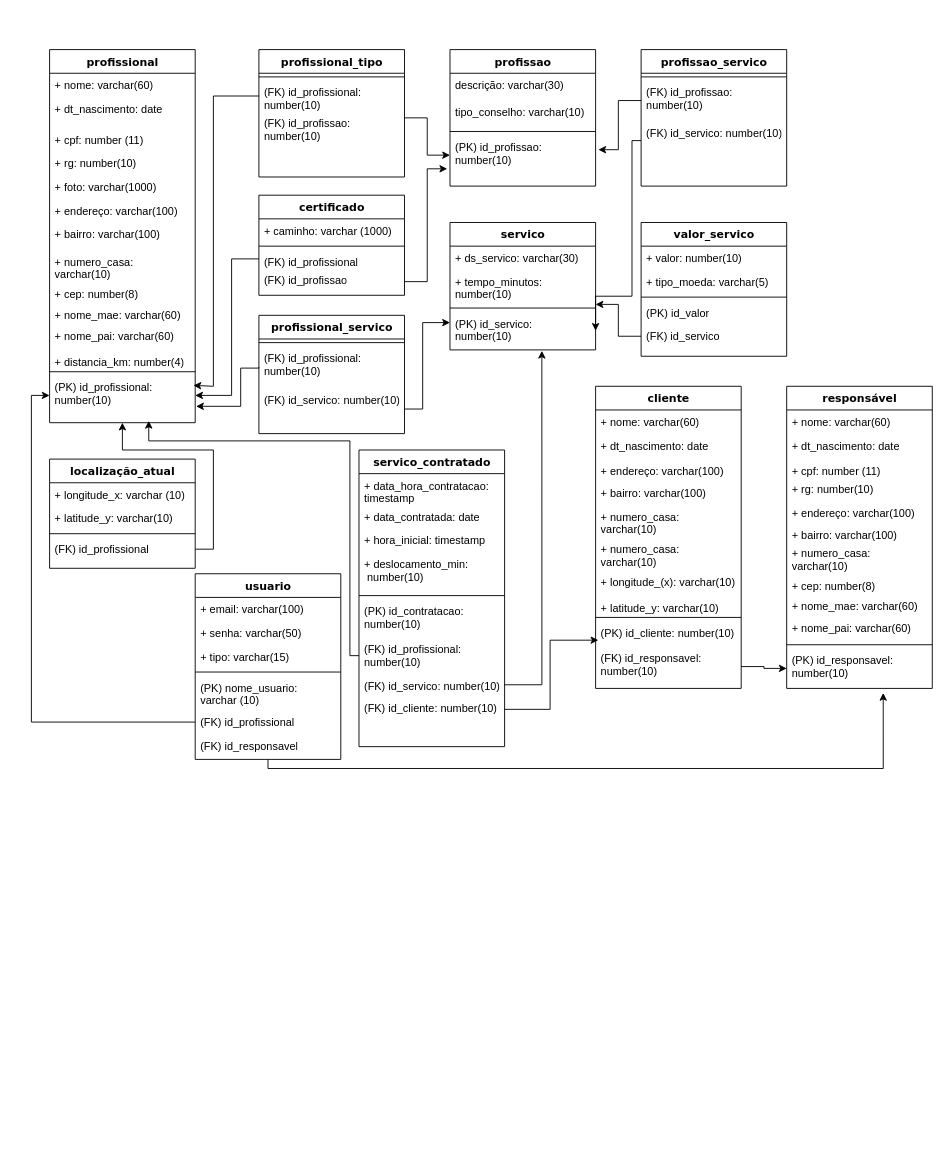
Before: ProjetoBD.drawio in merycd/flavio, a draw.io diagram. Source tidied: cells renumbered, new cells numbered last; positions are measured from the earlier drawing's top-left corner, leaving out a move shared by most shapes. Both pictures are drawn from the tidied source at 91%, with x=0, y=0 at pixel (49, 49).
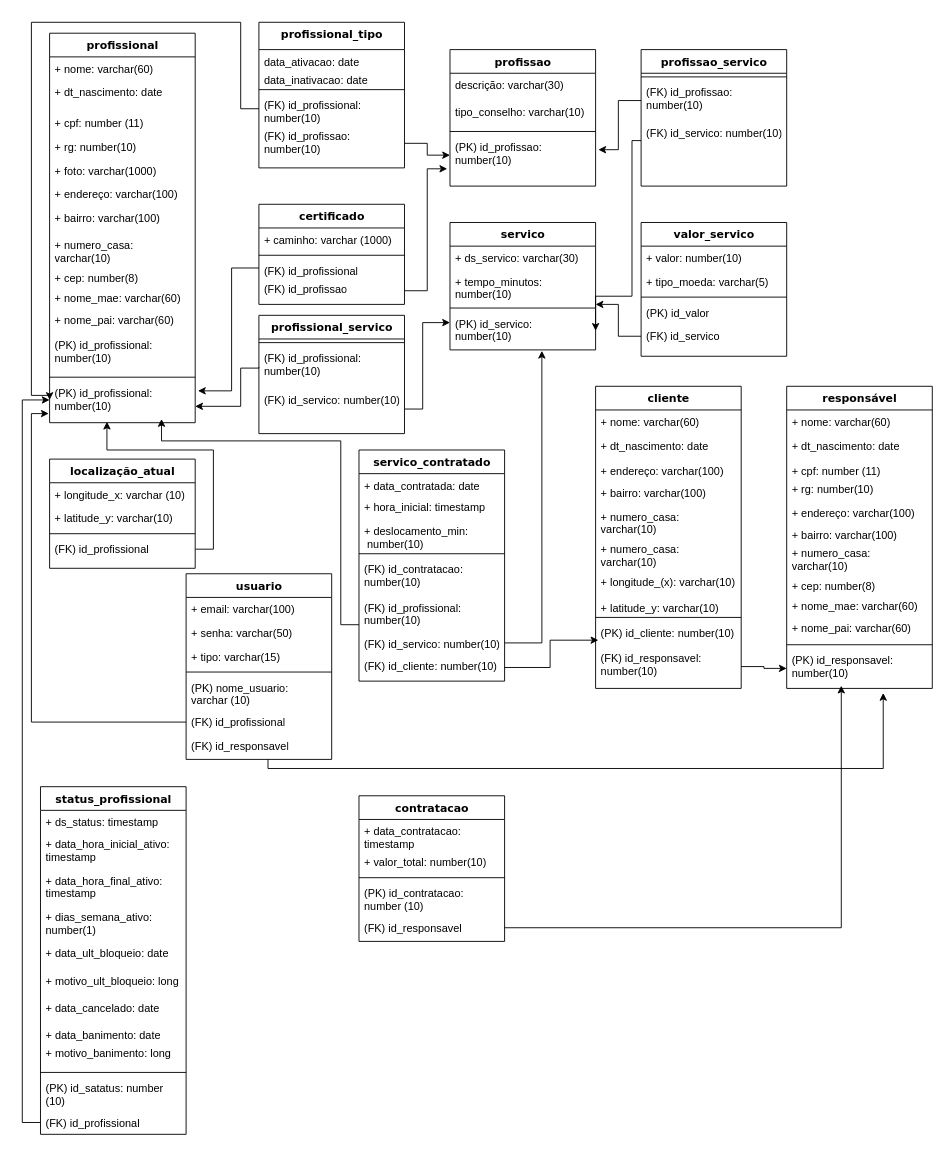
Above is the later version.

The change refers to these unchanged cells:
```xml
<mxCell id="36" value="(FK) id_profissional" style="text;html=1;strokeColor=none;fillColor=none;align=left;verticalAlign=top;spacingLeft=4;spacingRight=4;whiteSpace=wrap;overflow=hidden;points=[[0,0.5],[1,0.5]];portConstraint=eastwest;" parent="32" vertex="1">
  <mxGeometry y="86" width="160" height="26" as="geometry" />
</mxCell>
<mxCell id="49" value="(FK) id_profissional: number(10)" style="text;html=1;strokeColor=none;fillColor=none;align=left;verticalAlign=top;spacingLeft=4;spacingRight=4;whiteSpace=wrap;overflow=hidden;points=[[0,0.5],[1,0.5]];portConstraint=eastwest;" parent="47" vertex="1">
  <mxGeometry y="34" width="160" height="46" as="geometry" />
</mxCell>
<mxCell id="92" value="(PK) id_responsavel: number(10)" style="text;html=1;strokeColor=none;fillColor=none;align=left;verticalAlign=top;spacingLeft=4;spacingRight=4;whiteSpace=wrap;overflow=hidden;points=[[0,0.5],[1,0.5]];portConstraint=eastwest;" parent="80" vertex="1">
  <mxGeometry y="288" width="160" height="44" as="geometry" />
</mxCell>
<mxCell id="97" value="(FK) id_profissional" style="text;html=1;strokeColor=none;fillColor=none;align=left;verticalAlign=top;spacingLeft=4;spacingRight=4;whiteSpace=wrap;overflow=hidden;points=[[0,0.5],[1,0.5]];portConstraint=eastwest;" parent="94" vertex="1">
  <mxGeometry y="60" width="160" height="20" as="geometry" />
</mxCell>
<mxCell id="110" value="(FK) id_profissional" style="text;html=1;strokeColor=none;fillColor=none;align=left;verticalAlign=top;spacingLeft=4;spacingRight=4;whiteSpace=wrap;overflow=hidden;points=[[0,0.5],[1,0.5]];portConstraint=eastwest;" parent="104" vertex="1">
  <mxGeometry y="150" width="160" height="26" as="geometry" />
</mxCell>
```

The edit, as a diff of the source:
```diff
@@
     <mxCell id="2" value="profissional" style="swimlane;html=1;fontStyle=1;align=center;verticalAlign=top;horizontal=1;startSize=26;swimlaneFillColor=#ffffff;rounded=0;shadow=0;comic=0;labelBackgroundColor=none;strokeWidth=1;fillColor=none;fontFamily=Verdana;fontSize=12;" parent="1" vertex="1">
-      <mxGeometry width="160" height="410" as="geometry" />
+      <mxGeometry y="-18" width="160" height="428" as="geometry" />
     </mxCell>
@@
-    <mxCell id="14" value="+ distancia_km: number(4)" style="text;html=1;strokeColor=none;fillColor=none;align=left;verticalAlign=top;spacingLeft=4;spacingRight=4;whiteSpace=wrap;overflow=hidden;" parent="2" vertex="1">
-      <mxGeometry y="330" width="160" height="20" as="geometry" />
-    </mxCell>
+    <mxCell id="114" value="(PK) id_profissional: number(10)" style="text;html=1;strokeColor=none;fillColor=none;align=left;verticalAlign=top;spacingLeft=4;spacingRight=4;whiteSpace=wrap;overflow=hidden;" parent="2" vertex="1">
+      <mxGeometry y="330" width="160" height="44" as="geometry" />
+    </mxCell>
     <mxCell id="15" style="line;html=1;strokeWidth=1;fillColor=none;align=left;verticalAlign=middle;spacingTop=-1;spacingLeft=3;spacingRight=3;labelPosition=right;" parent="2" vertex="1">
-      <mxGeometry y="350" width="160" height="8" as="geometry" />
+      <mxGeometry y="374" width="160" height="8" as="geometry" />
     </mxCell>
     <mxCell id="16" value="(PK) id_profissional: number(10)" style="text;html=1;strokeColor=none;fillColor=none;align=left;verticalAlign=top;spacingLeft=4;spacingRight=4;whiteSpace=wrap;overflow=hidden;points=[[0,0.5],[1,0.5]];portConstraint=eastwest;" parent="2" vertex="1">
-      <mxGeometry y="358" width="160" height="44" as="geometry" />
+      <mxGeometry y="382" width="160" height="42" as="geometry" />
     </mxCell>
@@
-    <mxCell id="27" value="profissional_tipo" style="swimlane;html=1;fontStyle=1;align=center;verticalAlign=top;horizontal=1;startSize=26;swimlaneFillColor=#ffffff;rounded=0;shadow=0;comic=0;labelBackgroundColor=none;strokeWidth=1;fillColor=none;fontFamily=Verdana;fontSize=12;" parent="1" vertex="1">
-      <mxGeometry x="230" width="160" height="140" as="geometry" />
+    <mxCell id="27" value="profissional_tipo" style="swimlane;html=1;fontStyle=1;align=center;verticalAlign=top;horizontal=1;startSize=30;swimlaneFillColor=#ffffff;rounded=0;shadow=0;comic=0;labelBackgroundColor=none;strokeWidth=1;fillColor=none;fontFamily=Verdana;fontSize=12;" parent="1" vertex="1">
+      <mxGeometry x="230" y="-30" width="160" height="160" as="geometry" />
     </mxCell>
+    <mxCell id="115" value="data_ativacao: date" style="text;html=1;strokeColor=none;fillColor=none;align=left;verticalAlign=top;spacingLeft=4;spacingRight=4;whiteSpace=wrap;overflow=hidden;" parent="27" vertex="1">
+      <mxGeometry y="30" width="160" height="20" as="geometry" />
+    </mxCell>
+    <mxCell id="116" value="data_inativacao: date" style="text;html=1;strokeColor=none;fillColor=none;align=left;verticalAlign=top;spacingLeft=4;spacingRight=4;whiteSpace=wrap;overflow=hidden;" parent="27" vertex="1">
+      <mxGeometry y="50" width="160" height="20" as="geometry" />
+    </mxCell>
     <mxCell id="28" style="line;html=1;strokeWidth=1;fillColor=none;align=left;verticalAlign=middle;spacingTop=-1;spacingLeft=3;spacingRight=3;labelPosition=right;" parent="27" vertex="1">
-      <mxGeometry y="26" width="160" height="8" as="geometry" />
+      <mxGeometry y="70" width="160" height="8" as="geometry" />
     </mxCell>
     <mxCell id="29" value="(FK) id_profissional: number(10)" style="text;html=1;strokeColor=none;fillColor=none;align=left;verticalAlign=top;spacingLeft=4;spacingRight=4;whiteSpace=wrap;overflow=hidden;points=[[0,0.5],[1,0.5]];portConstraint=eastwest;" parent="27" vertex="1">
-      <mxGeometry y="34" width="160" height="34" as="geometry" />
+      <mxGeometry y="78" width="160" height="34" as="geometry" />
     </mxCell>
     <mxCell id="30" value="(FK) id_profissao: number(10)" style="text;strokeColor=none;align=left;fillColor=none;html=1;verticalAlign=top;whiteSpace=wrap;rounded=0;spacingLeft=4;" parent="27" vertex="1">
-      <mxGeometry y="68" width="160" height="14" as="geometry" />
+      <mxGeometry y="112" width="160" height="42" as="geometry" />
     </mxCell>
-    <mxCell id="31" style="edgeStyle=orthogonalEdgeStyle;rounded=0;jettySize=auto;html=1;entryX=0.5;entryY=1;entryDx=0;entryDy=0;exitX=1;exitY=0.5;exitDx=0;exitDy=0;" parent="1" edge="1" source="36" target="2">
+    <mxCell id="31" style="edgeStyle=orthogonalEdgeStyle;rounded=0;jettySize=auto;html=1;entryX=0.394;entryY=1.071;entryDx=0;entryDy=0;exitX=1;exitY=0.5;exitDx=0;exitDy=0;entryPerimeter=0;" parent="1" edge="1" source="36" target="16">
       <mxGeometry relative="1" as="geometry">
         <Array as="points">
           <mxPoint x="180" y="549" />
           <mxPoint x="180" y="440" />
-          <mxPoint x="80" y="440" />
+          <mxPoint x="63" y="440" />
         </Array>
       </mxGeometry>
     </mxCell>
@@
     <mxCell id="37" value="servico_contratado" style="swimlane;html=1;fontStyle=1;align=center;verticalAlign=top;horizontal=1;startSize=26;swimlaneFillColor=#ffffff;rounded=0;shadow=0;comic=0;labelBackgroundColor=none;strokeWidth=1;fillColor=none;fontFamily=Verdana;fontSize=12;" parent="1" vertex="1">
-      <mxGeometry x="340" y="440" width="160" height="326" as="geometry" />
+      <mxGeometry x="340" y="440" width="160" height="254" as="geometry" />
     </mxCell>
-    <mxCell id="38" value="+ data_hora_contratacao: timestamp" style="text;html=1;strokeColor=none;fillColor=none;align=left;verticalAlign=top;spacingLeft=4;spacingRight=4;whiteSpace=wrap;overflow=hidden;" parent="37" vertex="1">
-      <mxGeometry y="26" width="160" height="34" as="geometry" />
-    </mxCell>
     <mxCell id="39" value="+ data_contratada: date" style="text;html=1;strokeColor=none;fillColor=none;align=left;verticalAlign=top;spacingLeft=4;spacingRight=4;whiteSpace=wrap;overflow=hidden;" parent="37" vertex="1">
-      <mxGeometry y="60" width="160" height="26" as="geometry" />
+      <mxGeometry y="26" width="160" height="24" as="geometry" />
     </mxCell>
     <mxCell id="40" value="+ hora_inicial: timestamp" style="text;html=1;strokeColor=none;fillColor=none;align=left;verticalAlign=top;spacingLeft=4;spacingRight=4;whiteSpace=wrap;overflow=hidden;" parent="37" vertex="1">
-      <mxGeometry y="86" width="160" height="26" as="geometry" />
+      <mxGeometry y="50" width="160" height="26" as="geometry" />
     </mxCell>
     <mxCell id="41" value="+ deslocamento_min: &amp;nbsp;number(10)" style="text;html=1;strokeColor=none;fillColor=none;align=left;verticalAlign=top;spacingLeft=4;spacingRight=4;whiteSpace=wrap;overflow=hidden;" parent="37" vertex="1">
-      <mxGeometry y="112" width="160" height="44" as="geometry" />
+      <mxGeometry y="76" width="160" height="34" as="geometry" />
     </mxCell>
     <mxCell id="42" style="line;html=1;strokeWidth=1;fillColor=none;align=left;verticalAlign=middle;spacingTop=-1;spacingLeft=3;spacingRight=3;labelPosition=right;" parent="37" vertex="1">
-      <mxGeometry y="156" width="160" height="8" as="geometry" />
+      <mxGeometry y="110" width="160" height="8" as="geometry" />
     </mxCell>
-    <mxCell id="43" value="(PK) id_contratacao: number(10)" style="text;html=1;strokeColor=none;fillColor=none;align=left;verticalAlign=top;spacingLeft=4;spacingRight=4;whiteSpace=wrap;overflow=hidden;" parent="37" vertex="1">
-      <mxGeometry y="164" width="160" height="42" as="geometry" />
+    <mxCell id="43" value="(FK) id_contratacao: number(10)" style="text;html=1;strokeColor=none;fillColor=none;align=left;verticalAlign=top;spacingLeft=4;spacingRight=4;whiteSpace=wrap;overflow=hidden;" parent="37" vertex="1">
+      <mxGeometry y="118" width="160" height="42" as="geometry" />
     </mxCell>
     <mxCell id="44" value="(FK) id_profissional: number(10)" style="text;html=1;strokeColor=none;fillColor=none;align=left;verticalAlign=top;spacingLeft=4;spacingRight=4;whiteSpace=wrap;overflow=hidden;points=[[0,0.5],[1,0.5]];portConstraint=eastwest;" parent="37" vertex="1">
-      <mxGeometry y="206" width="160" height="40" as="geometry" />
+      <mxGeometry y="160" width="160" height="40" as="geometry" />
     </mxCell>
     <mxCell id="45" value="(FK) id_servico: number(10)" style="text;html=1;strokeColor=none;fillColor=none;align=left;verticalAlign=top;spacingLeft=4;spacingRight=4;whiteSpace=wrap;overflow=hidden;points=[[0,0.5],[1,0.5]];portConstraint=eastwest;" parent="37" vertex="1">
-      <mxGeometry y="246" width="160" height="24" as="geometry" />
+      <mxGeometry y="200" width="160" height="24" as="geometry" />
     </mxCell>
     <mxCell id="46" value="(FK) id_cliente: number(10)" style="text;html=1;strokeColor=none;fillColor=none;align=left;verticalAlign=top;spacingLeft=4;spacingRight=4;whiteSpace=wrap;overflow=hidden;points=[[0,0.5],[1,0.5]];portConstraint=eastwest;" parent="37" vertex="1">
-      <mxGeometry y="270" width="160" height="30" as="geometry" />
+      <mxGeometry y="224" width="160" height="30" as="geometry" />
     </mxCell>
@@
-    <mxCell id="57" style="edgeStyle=orthogonalEdgeStyle;rounded=0;jettySize=auto;html=1;entryX=0.988;entryY=0.25;entryDx=0;entryDy=0;entryPerimeter=0;" parent="1" edge="1" source="29" target="16">
-      <mxGeometry relative="1" as="geometry">
-        <Array as="points">
-          <mxPoint x="180" y="51" />
-          <mxPoint x="180" y="370" />
-        </Array>
-      </mxGeometry>
-    </mxCell>
@@
-    <mxCell id="59" style="edgeStyle=orthogonalEdgeStyle;rounded=0;jettySize=auto;html=1;entryX=1.006;entryY=0.773;entryDx=0;entryDy=0;exitX=0;exitY=0.5;exitDx=0;exitDy=0;entryPerimeter=0;" parent="1" edge="1" source="49" target="16">
+    <mxCell id="59" style="edgeStyle=orthogonalEdgeStyle;rounded=0;jettySize=auto;html=1;exitX=0;exitY=0.5;exitDx=0;exitDy=0;entryX=1;entryY=0.667;entryDx=0;entryDy=0;entryPerimeter=0;" parent="1" edge="1" source="49" target="16">
       <mxGeometry relative="1" as="geometry">
         <Array as="points">
           <mxPoint x="230" y="350" />
           <mxPoint x="210" y="350" />
           <mxPoint x="210" y="392" />
         </Array>
       </mxGeometry>
     </mxCell>
@@
     <mxCell id="94" value="certificado" style="swimlane;html=1;fontStyle=1;align=center;verticalAlign=top;horizontal=1;startSize=26;swimlaneFillColor=#ffffff;rounded=0;shadow=0;comic=0;labelBackgroundColor=none;strokeWidth=1;fillColor=none;fontFamily=Verdana;fontSize=12;" parent="1" vertex="1">
-      <mxGeometry x="230" y="160" width="160" height="110" as="geometry" />
+      <mxGeometry x="230" y="170" width="160" height="110" as="geometry" />
     </mxCell>
@@
-    <mxCell id="99" style="edgeStyle=orthogonalEdgeStyle;rounded=0;jettySize=auto;html=1;exitX=0;exitY=0.5;exitDx=0;exitDy=0;entryX=1;entryY=0.5;entryDx=0;entryDy=0;" parent="1" edge="1" source="97" target="16">
+    <mxCell id="99" style="edgeStyle=orthogonalEdgeStyle;rounded=0;jettySize=auto;html=1;exitX=0;exitY=0.5;exitDx=0;exitDy=0;entryX=1.019;entryY=0.262;entryDx=0;entryDy=0;entryPerimeter=0;" parent="1" edge="1" source="97" target="16">
       <mxGeometry relative="1" as="geometry">
         <Array as="points">
-          <mxPoint x="200" y="230" />
-          <mxPoint x="200" y="380" />
+          <mxPoint x="200" y="240" />
+          <mxPoint x="200" y="375" />
         </Array>
       </mxGeometry>
     </mxCell>
@@
-    <mxCell id="101" style="edgeStyle=orthogonalEdgeStyle;rounded=0;jettySize=auto;html=1;entryX=0.681;entryY=1.136;entryDx=0;entryDy=0;entryPerimeter=0;" parent="1" edge="1" source="44" target="16">
-      <mxGeometry relative="1" as="geometry">
-        <Array as="points">
-          <mxPoint x="330" y="666" />
-          <mxPoint x="330" y="430" />
-          <mxPoint x="109" y="430" />
-        </Array>
-      </mxGeometry>
-    </mxCell>
@@
     <mxCell id="104" value="usuario" style="swimlane;html=1;fontStyle=1;align=center;verticalAlign=top;horizontal=1;startSize=26;swimlaneFillColor=#ffffff;rounded=0;shadow=0;comic=0;labelBackgroundColor=none;strokeWidth=1;fillColor=none;fontFamily=Verdana;fontSize=12;" parent="1" vertex="1">
-      <mxGeometry x="160" y="576" width="160" height="204" as="geometry" />
+      <mxGeometry x="150" y="576" width="160" height="204" as="geometry" />
     </mxCell>
@@
-    <mxCell id="112" style="edgeStyle=orthogonalEdgeStyle;rounded=0;jettySize=auto;html=1;entryX=0;entryY=0.5;entryDx=0;entryDy=0;" parent="1" edge="1" source="110" target="16">
+    <mxCell id="112" style="edgeStyle=orthogonalEdgeStyle;rounded=0;jettySize=auto;html=1;entryX=-0.006;entryY=0.857;entryDx=0;entryDy=0;entryPerimeter=0;" parent="1" edge="1" source="110" target="16">
       <mxGeometry relative="1" as="geometry" />
     </mxCell>
@@
+    <mxCell id="57" style="edgeStyle=orthogonalEdgeStyle;rounded=0;jettySize=auto;html=1;entryX=0;entryY=0.5;entryDx=0;entryDy=0;" parent="1" edge="1" source="29" target="16">
+      <mxGeometry relative="1" as="geometry">
+        <Array as="points">
+          <mxPoint x="210" y="65" />
+          <mxPoint x="210" y="-30" />
+          <mxPoint x="-20" y="-30" />
+          <mxPoint x="-20" y="380" />
+          <mxPoint y="380" />
+        </Array>
+      </mxGeometry>
+    </mxCell>
+    <mxCell id="117" value="contratacao" style="swimlane;html=1;fontStyle=1;align=center;verticalAlign=top;horizontal=1;startSize=26;swimlaneFillColor=#ffffff;rounded=0;shadow=0;comic=0;labelBackgroundColor=none;strokeWidth=1;fillColor=none;fontFamily=Verdana;fontSize=12;" parent="1" vertex="1">
+      <mxGeometry x="340" y="820" width="160" height="160" as="geometry" />
+    </mxCell>
+    <mxCell id="118" value="+ data_contratacao: timestamp" style="text;html=1;strokeColor=none;fillColor=none;align=left;verticalAlign=top;spacingLeft=4;spacingRight=4;whiteSpace=wrap;overflow=hidden;" parent="117" vertex="1">
+      <mxGeometry y="26" width="160" height="34" as="geometry" />
+    </mxCell>
+    <mxCell id="119" value="+ valor_total: number(10)" style="text;html=1;strokeColor=none;fillColor=none;align=left;verticalAlign=top;spacingLeft=4;spacingRight=4;whiteSpace=wrap;overflow=hidden;" parent="117" vertex="1">
+      <mxGeometry y="60" width="160" height="26" as="geometry" />
+    </mxCell>
+    <mxCell id="120" style="line;html=1;strokeWidth=1;fillColor=none;align=left;verticalAlign=middle;spacingTop=-1;spacingLeft=3;spacingRight=3;labelPosition=right;" parent="117" vertex="1">
+      <mxGeometry y="86" width="160" height="8" as="geometry" />
+    </mxCell>
+    <mxCell id="121" value="(PK) id_contratacao: number (10)" style="text;html=1;strokeColor=none;fillColor=none;align=left;verticalAlign=top;spacingLeft=4;spacingRight=4;whiteSpace=wrap;overflow=hidden;" parent="117" vertex="1">
+      <mxGeometry y="94" width="160" height="38" as="geometry" />
+    </mxCell>
+    <mxCell id="122" value="(FK) id_responsavel" style="text;html=1;strokeColor=none;fillColor=none;align=left;verticalAlign=top;spacingLeft=4;spacingRight=4;whiteSpace=wrap;overflow=hidden;points=[[0,0.5],[1,0.5]];portConstraint=eastwest;" parent="117" vertex="1">
+      <mxGeometry y="132" width="160" height="26" as="geometry" />
+    </mxCell>
+    <mxCell id="101" style="edgeStyle=orthogonalEdgeStyle;rounded=0;jettySize=auto;html=1;" parent="1" edge="1" source="44" target="16">
+      <mxGeometry relative="1" as="geometry">
+        <Array as="points">
+          <mxPoint x="320" y="632" />
+          <mxPoint x="320" y="430" />
+          <mxPoint x="123" y="430" />
+        </Array>
+      </mxGeometry>
+    </mxCell>
+    <mxCell id="123" style="edgeStyle=orthogonalEdgeStyle;rounded=0;jettySize=auto;html=1;entryX=0.375;entryY=0.932;entryDx=0;entryDy=0;entryPerimeter=0;" parent="1" edge="1" source="122" target="92">
+      <mxGeometry relative="1" as="geometry">
+        <Array as="points">
+          <mxPoint x="870" y="965" />
+        </Array>
+      </mxGeometry>
+    </mxCell>
+    <mxCell id="124" value="status_profissional" style="swimlane;html=1;fontStyle=1;align=center;verticalAlign=top;horizontal=1;startSize=26;swimlaneFillColor=#ffffff;rounded=0;shadow=0;comic=0;labelBackgroundColor=none;strokeWidth=1;fillColor=none;fontFamily=Verdana;fontSize=12;" parent="1" vertex="1">
+      <mxGeometry x="-10" y="810" width="160" height="382" as="geometry" />
+    </mxCell>
+    <mxCell id="125" value="+ ds_status: timestamp" style="text;html=1;strokeColor=none;fillColor=none;align=left;verticalAlign=top;spacingLeft=4;spacingRight=4;whiteSpace=wrap;overflow=hidden;" parent="124" vertex="1">
+      <mxGeometry y="26" width="160" height="24" as="geometry" />
+    </mxCell>
+    <mxCell id="126" value="+ data_hora_inicial_ativo: timestamp" style="text;html=1;strokeColor=none;fillColor=none;align=left;verticalAlign=top;spacingLeft=4;spacingRight=4;whiteSpace=wrap;overflow=hidden;" parent="124" vertex="1">
+      <mxGeometry y="50" width="160" height="40" as="geometry" />
+    </mxCell>
+    <mxCell id="127" value="+ data_hora_final_ativo: timestamp" style="text;html=1;strokeColor=none;fillColor=none;align=left;verticalAlign=top;spacingLeft=4;spacingRight=4;whiteSpace=wrap;overflow=hidden;" parent="124" vertex="1">
+      <mxGeometry y="90" width="160" height="40" as="geometry" />
+    </mxCell>
+    <mxCell id="128" value="+ dias_semana_ativo: number(1)" style="text;html=1;strokeColor=none;fillColor=none;align=left;verticalAlign=top;spacingLeft=4;spacingRight=4;whiteSpace=wrap;overflow=hidden;" parent="124" vertex="1">
+      <mxGeometry y="130" width="160" height="40" as="geometry" />
+    </mxCell>
+    <mxCell id="129" value="+ data_ult_bloqueio: date" style="text;html=1;strokeColor=none;fillColor=none;align=left;verticalAlign=top;spacingLeft=4;spacingRight=4;whiteSpace=wrap;overflow=hidden;" parent="124" vertex="1">
+      <mxGeometry y="170" width="160" height="30" as="geometry" />
+    </mxCell>
+    <mxCell id="130" value="+ motivo_ult_bloqueio: long" style="text;html=1;strokeColor=none;fillColor=none;align=left;verticalAlign=top;spacingLeft=4;spacingRight=4;whiteSpace=wrap;overflow=hidden;" parent="124" vertex="1">
+      <mxGeometry y="200" width="160" height="30" as="geometry" />
+    </mxCell>
+    <mxCell id="131" value="+ data_cancelado: date" style="text;html=1;strokeColor=none;fillColor=none;align=left;verticalAlign=top;spacingLeft=4;spacingRight=4;whiteSpace=wrap;overflow=hidden;" parent="124" vertex="1">
+      <mxGeometry y="230" width="160" height="30" as="geometry" />
+    </mxCell>
+    <mxCell id="132" value="+ data_banimento: date" style="text;html=1;strokeColor=none;fillColor=none;align=left;verticalAlign=top;spacingLeft=4;spacingRight=4;whiteSpace=wrap;overflow=hidden;" parent="124" vertex="1">
+      <mxGeometry y="260" width="160" height="20" as="geometry" />
+    </mxCell>
+    <mxCell id="133" value="+ motivo_banimento: long" style="text;html=1;strokeColor=none;fillColor=none;align=left;verticalAlign=top;spacingLeft=4;spacingRight=4;whiteSpace=wrap;overflow=hidden;" parent="124" vertex="1">
+      <mxGeometry y="280" width="160" height="30" as="geometry" />
+    </mxCell>
+    <mxCell id="134" style="line;html=1;strokeWidth=1;fillColor=none;align=left;verticalAlign=middle;spacingTop=-1;spacingLeft=3;spacingRight=3;labelPosition=right;" parent="124" vertex="1">
+      <mxGeometry y="310" width="160" height="8" as="geometry" />
+    </mxCell>
+    <mxCell id="135" value="(PK) id_satatus: number (10)" style="text;html=1;strokeColor=none;fillColor=none;align=left;verticalAlign=top;spacingLeft=4;spacingRight=4;whiteSpace=wrap;overflow=hidden;" parent="124" vertex="1">
+      <mxGeometry y="318" width="160" height="38" as="geometry" />
+    </mxCell>
+    <mxCell id="136" value="(FK) id_profissional" style="text;html=1;strokeColor=none;fillColor=none;align=left;verticalAlign=top;spacingLeft=4;spacingRight=4;whiteSpace=wrap;overflow=hidden;points=[[0,0.5],[1,0.5]];portConstraint=eastwest;" parent="124" vertex="1">
+      <mxGeometry y="356" width="160" height="26" as="geometry" />
+    </mxCell>
+    <mxCell id="137" style="edgeStyle=orthogonalEdgeStyle;rounded=0;jettySize=auto;html=1;entryX=0;entryY=0.5;entryDx=0;entryDy=0;" parent="1" edge="1" source="136" target="16">
+      <mxGeometry relative="1" as="geometry">
+        <Array as="points">
+          <mxPoint x="-30" y="1179" />
+          <mxPoint x="-30" y="385" />
+        </Array>
+      </mxGeometry>
+    </mxCell>
```
